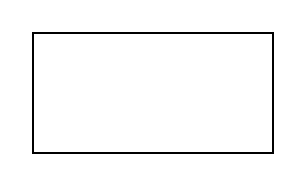
pengsamkee/AlipayQRHook keeps this draw.io diagram as app/Untitled Diagram.drawio. Above is the earlier version. Source tidied: cells renumbered, new cells numbered last; positions are measured from the earlier drawing's top-left corner, leaving out a move shared by most shapes. Both pictures are drawn from the tidied source at 200%, with x=0, y=0 at pixel (32, 32).
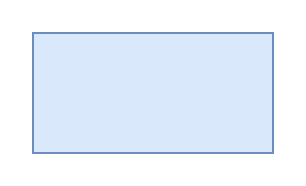
The same page after the edit.

Change to the diagram source:
```diff
@@
 <mxGraphModel>
   <root>
     <mxCell id="0" />
     <mxCell id="1" parent="0" />
-    <mxCell id="2" style="verticalLabelPosition=bottom;verticalAlign=top;html=1;shape=mxgraph.basic.rect;fillColor2=none;strokeWidth=1;size=20;indent=5;" parent="1" vertex="1">
+    <mxCell id="2" style="verticalLabelPosition=bottom;verticalAlign=top;html=1;shape=mxgraph.basic.rect;fillColor2=none;strokeWidth=1;size=20;indent=5;fillColor=#dae8fc;strokeColor=#6c8ebf;" parent="1" vertex="1">
       <mxGeometry width="120" height="60" as="geometry" />
     </mxCell>
   </root>
 </mxGraphModel>
```
